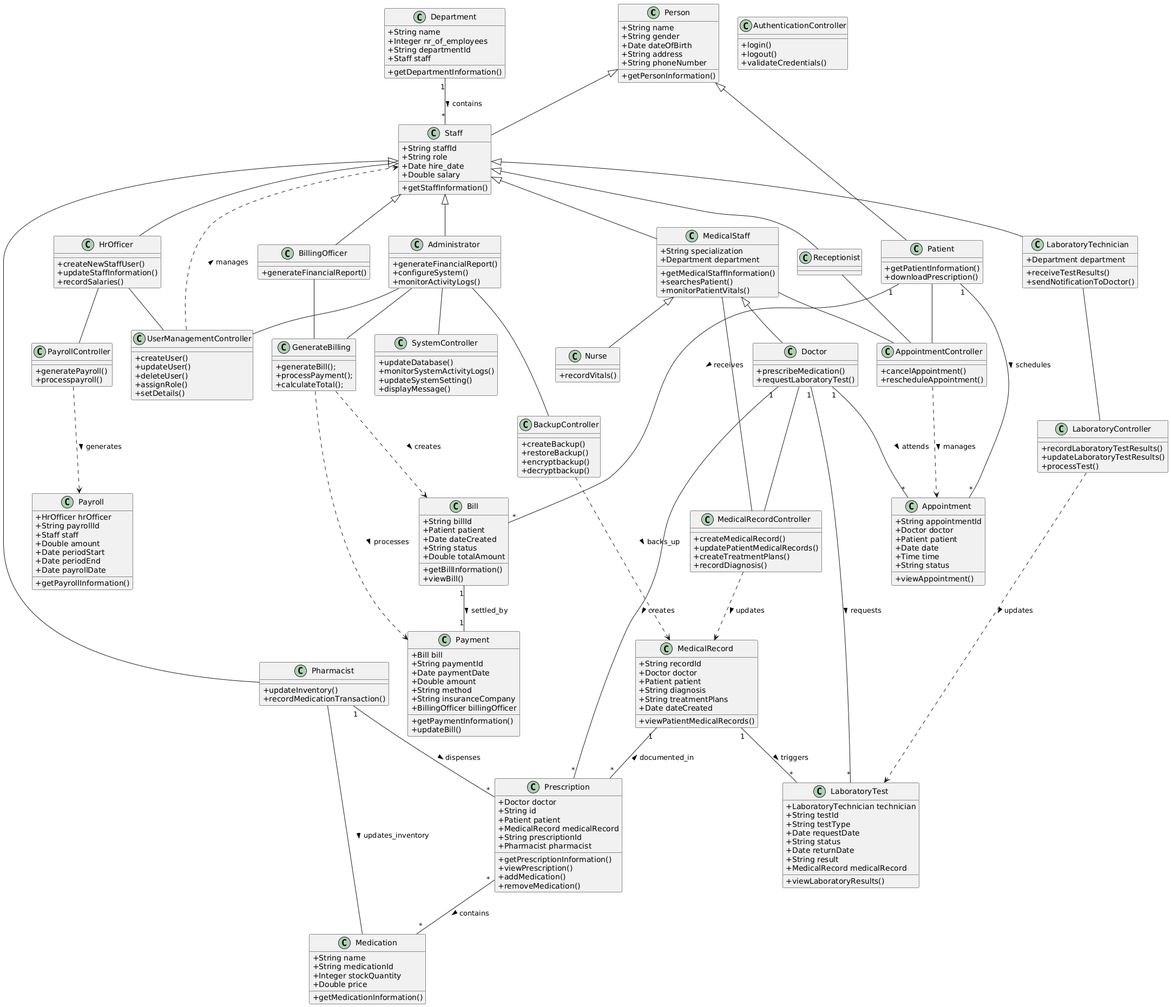
Earlier version of the PlantUML export Week7/class diagram.png (John34263/Hospital-Administration-System). The source it was exported from:
```plantuml
@startuml
skinparam classAttributeIconSize 0


class Person {
    + String name
    + String gender
    + Date dateOfBirth
    + String address
    + String phoneNumber
    + getPersonInformation()
}

class Patient {
    + getPatientInformation()
    + downloadPrescription()
}

class Staff {
    + String staffId
    + String role
    + Date hire_date
    + Double salary
    + getStaffInformation()
}

Person <|-- Patient
Person <|-- Staff


class MedicalStaff {
    + String specialization
    + Department department
    + getMedicalStaffInformation()
    + searchesPatient()
    + monitorPatientVitals()
}

class LaboratoryTechnician {
    + Department department
    + receiveTestResults()
    + sendNotificationToDoctor()
}

class Pharmacist {
    + updateInventory()
    + recordMedicationTransaction()
}

class BillingOfficer {
    + generateFinancialReport()
}

class HrOfficer {
    + createNewStaffUser()
    + updateStaffInformation()
    + recordSalaries()
}

class UserManagementController {
    + createUser()
    + updateUser()
    + deleteUser()
    + assignRole()
    + setDetails()
}

class AuthenticationController {
    + login()
    + logout()
    + validateCredentials()
}

class Administrator {
    + generateFinancialReport()
    + configureSystem()
    + monitorActivityLogs()
}

class Receptionist {
}

Staff <|-- MedicalStaff
Staff <|-- LaboratoryTechnician
Staff <|-- Pharmacist
Staff <|-- BillingOfficer
Staff <|-- HrOfficer
Staff <|-- Administrator
Staff <|-- Receptionist


class Doctor {
    + prescribeMedication()
    + requestLaboratoryTest()
}

class Nurse {
    + recordVitals()
}

MedicalStaff <|-- Doctor
MedicalStaff <|-- Nurse


class Department {
    + String name
    + Integer nr_of_employees
    + String departmentId
    + Staff staff
    + getDepartmentInformation()
}

class Appointment {
    + String appointmentId
    + Doctor doctor
    + Patient patient
    + Date date
    + Time time
    + String status
    + viewAppointment()
}

class MedicalRecord {
    + String recordId
    + Doctor doctor
    + Patient patient
    + String diagnosis
    + String treatmentPlans
    + Date dateCreated
    + viewPatientMedicalRecords()
}

class Medication {
    + String name
    + String medicationId
    + Integer stockQuantity
    + Double price
    + getMedicationInformation()
}

class Prescription {
    + Doctor doctor
    + String id
    + Patient patient
    + MedicalRecord medicalRecord
    + String prescriptionId
    + Pharmacist pharmacist
    + getPrescriptionInformation()
    + viewPrescription()
    + addMedication()
    + removeMedication()
}

class LaboratoryTest {
    + LaboratoryTechnician technician
    + String testId
    + String testType
    + Date requestDate
    + String status
    + Date returnDate
    + String result
    + MedicalRecord medicalRecord
    + viewLaboratoryResults()
}


class Bill {
    + String billId
    + Patient patient
    + Date dateCreated
    + String status
    + Double totalAmount
    + getBillInformation()
    + viewBill()
}

class Payment {
    + Bill bill
    + String paymentId
    + Date paymentDate
    + Double amount
    + String method
    + String insuranceCompany
    + BillingOfficer billingOfficer
    + getPaymentInformation()
    + updateBill()
}

class Payroll {
    + HrOfficer hrOfficer
    + String payrollId
    + Staff staff
    + Double amount
    + Date periodStart
    + Date periodEnd
    + Date payrollDate
    + getPayrollInformation()
}


class AppointmentController{
    + cancelAppointment()
    + rescheduleAppointment()
}

class MedicalRecordController {
    +createMedicalRecord()
    + updatePatientMedicalRecords()
    + createTreatmentPlans()
    + recordDiagnosis()
}

class LaboratoryController {
    + recordLaboratoryTestResults()
    + updateLaboratoryTestResults()
    + processTest()
}

class GenerateBilling {
    + generateBill();
    +processPayment();
    +calculateTotal();
}

class PayrollController {
    + generatePayroll()
    + processpayroll()
}

class BackupController {
    + createBackup()
    + restoreBackup()
    + encryptbackup()
    + decryptbackup()
}

class SystemController {
    + updateDatabase()
    + monitorSystemActivityLogs()
    + updateSystemSetting()
    + displayMessage()
}


Administrator -- UserManagementController
HrOfficer -- UserManagementController
UserManagementController ..> Staff : manages >

Receptionist -- AppointmentController
MedicalStaff -- AppointmentController
Patient -- AppointmentController
AppointmentController ..> Appointment : manages >

MedicalStaff -- MedicalRecordController
Doctor -- MedicalRecordController
MedicalRecordController ..> MedicalRecord : updates >
Doctor "1" -- "*" Prescription : creates >
Doctor "1" -- "*" LaboratoryTest : requests >

LaboratoryTechnician -- LaboratoryController
LaboratoryController ..> LaboratoryTest : updates >
Pharmacist "1" -- "*" Prescription : dispenses >
Pharmacist -- Medication : updates_inventory >

BillingOfficer -- GenerateBilling
Administrator -- GenerateBilling
GenerateBilling ..> Bill : creates >
GenerateBilling ..> Payment : processes >
HrOfficer -- PayrollController
PayrollController ..> Payroll : generates >

Administrator -- BackupController
Administrator -- SystemController
BackupController ..> MedicalRecord : backs_up >

Department "1" -- "*" Staff : contains >
MedicalRecord "1" -- "*" Prescription : documented_in <
MedicalRecord "1" -- "*" LaboratoryTest : triggers >
Patient "1" -- "*" Appointment : schedules >
Doctor "1" -- "*" Appointment : attends >
Patient "1" -- "*" Bill : receives >
Bill "1" -- "1" Payment : settled_by >
Prescription "*" -- "*" Medication : contains >
@enduml
```
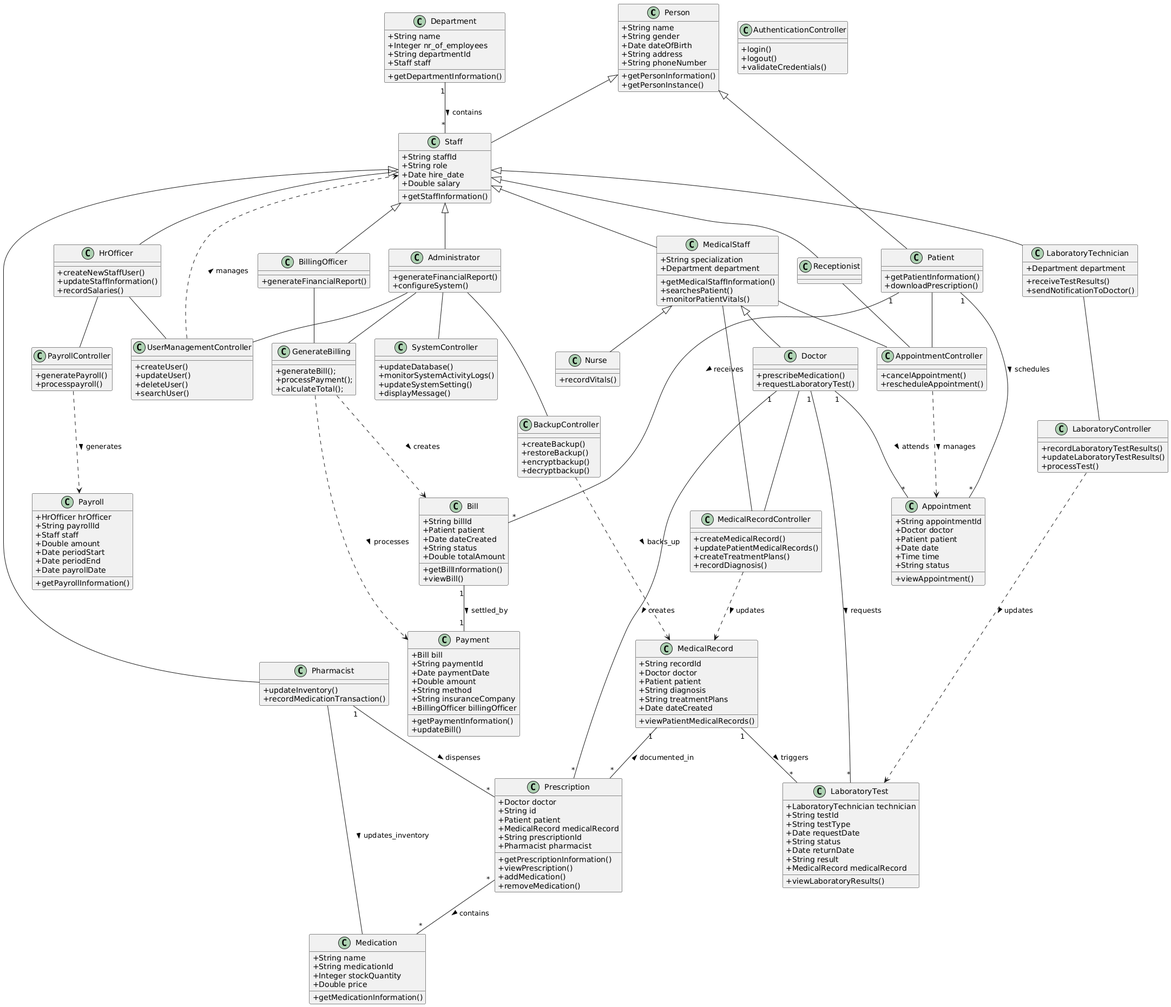
Later version of the same file.

Change to the diagram source:
```diff
@@ -9,6 +9,7 @@
     + String address
     + String phoneNumber
     + getPersonInformation()
+    + getPersonInstance()
 }
 
 class Patient {
@@ -61,8 +62,7 @@
     + createUser()
     + updateUser()
     + deleteUser()
-    + assignRole()
-    + setDetails()
+    + searchUser()
 }
 
 class AuthenticationController {
@@ -74,7 +74,6 @@
 class Administrator {
     + generateFinancialReport()
     + configureSystem()
-    + monitorActivityLogs()
 }
 
 class Receptionist {
```
